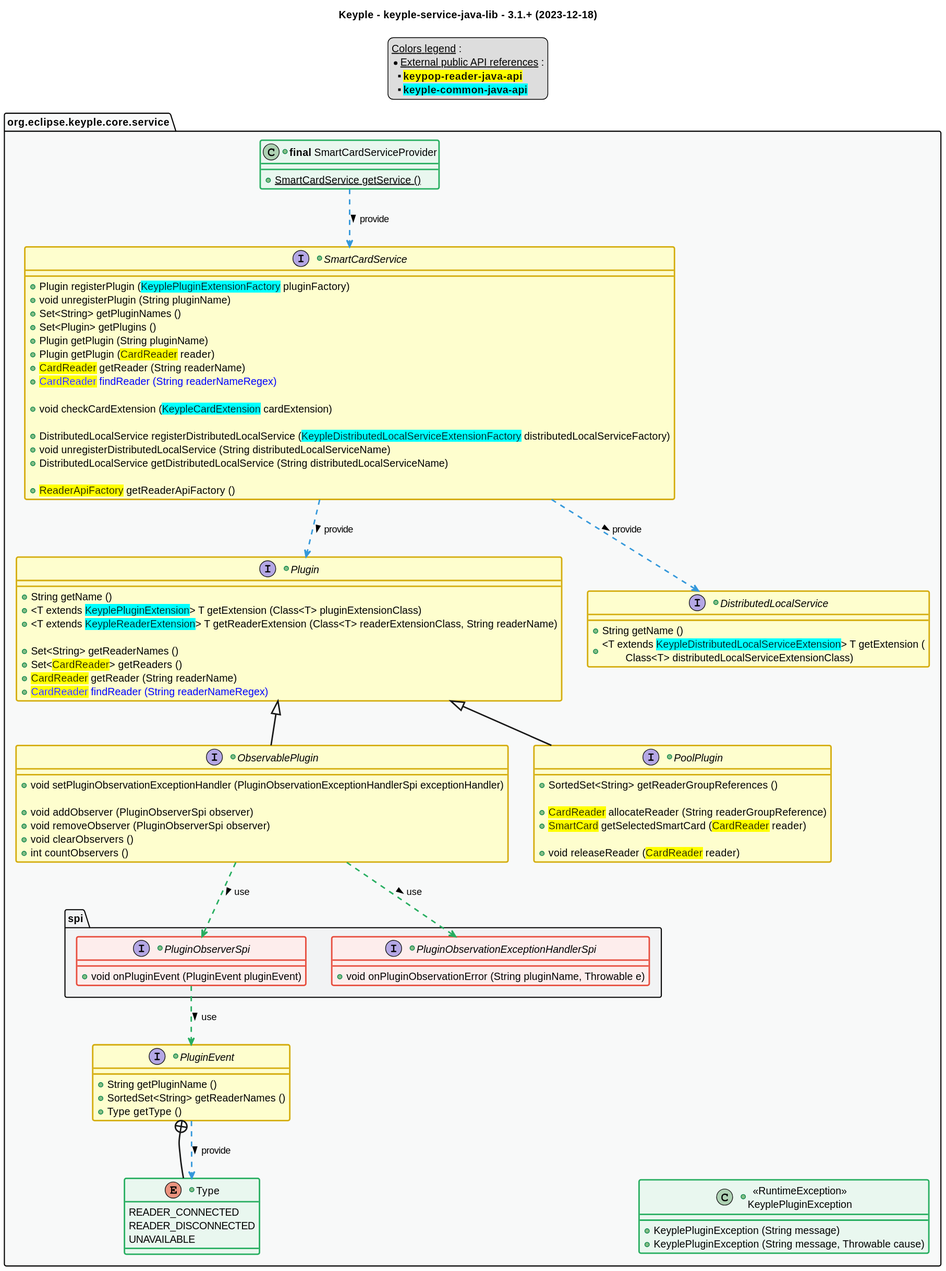
Before: src/main/uml/api_class_diagram.svg, a diagram exported from PlantUML (eclipse-keyple/keyple-service-java-lib).
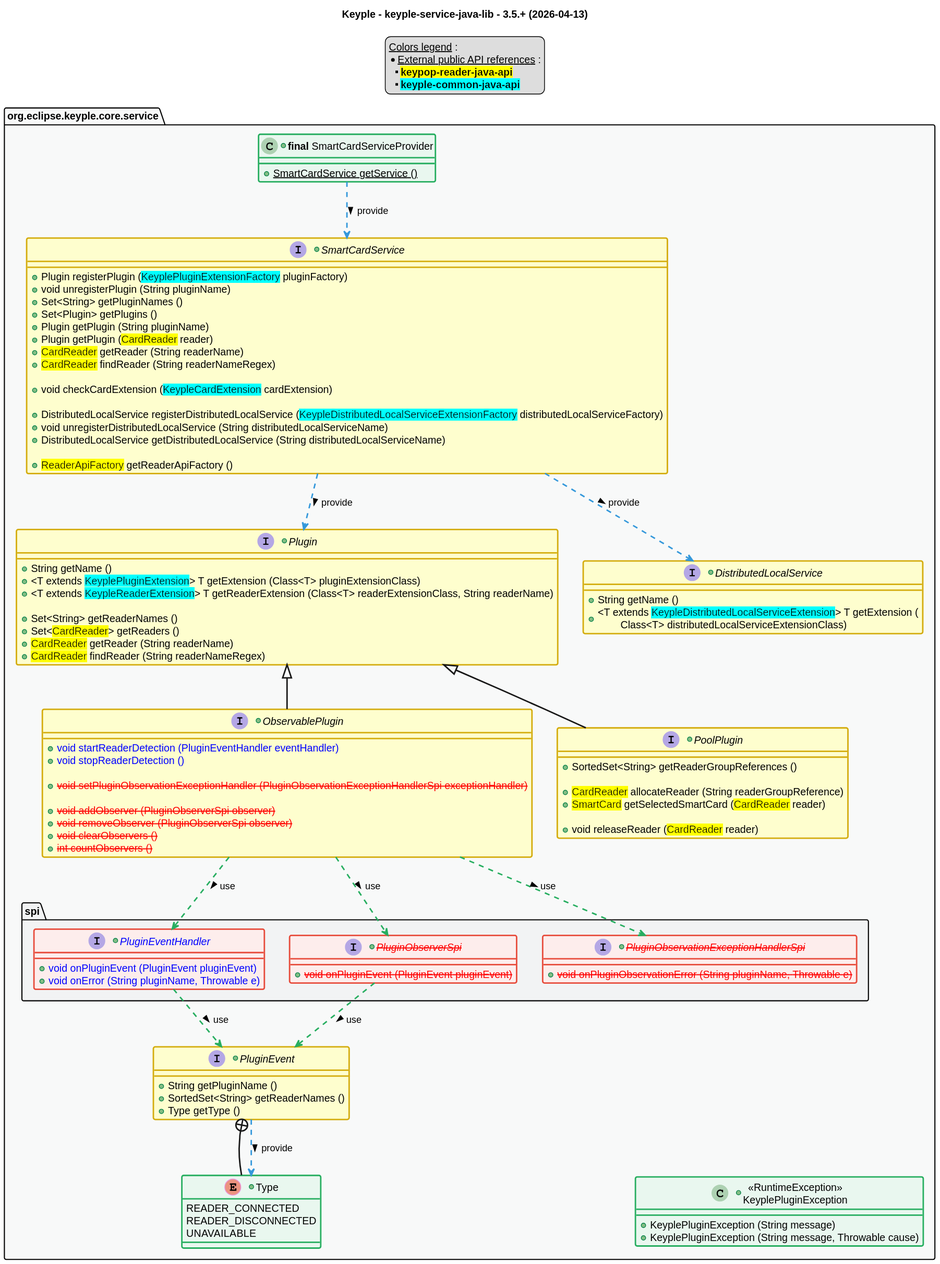
Above is the later version.

What changed in the source:
```diff
@@ -1,6 +1,6 @@
 @startuml
 title
-    Keyple - keyple-service-java-lib - 3.1.+ (2023-12-18)
+    Keyple - keyple-service-java-lib - 3.5.+ (2026-04-13)
 end title
 
 
@@ -59,7 +59,7 @@
         +Plugin getPlugin (String pluginName)
         +Plugin getPlugin (<back:yellow>CardReader</back> reader)
         +<back:yellow>CardReader</back> getReader (String readerName)
-        +<color:blue><back:yellow>CardReader</back> findReader (String readerNameRegex)
+        +<back:yellow>CardReader</back> findReader (String readerNameRegex)
 
         +void checkCardExtension (<back:cyan>KeypleCardExtension</back> cardExtension)
 
@@ -77,19 +77,22 @@
         +Set<String> getReaderNames ()
         +Set<<back:yellow>CardReader</back>> getReaders ()
         +<back:yellow>CardReader</back> getReader (String readerName)
-        +<color:blue><back:yellow>CardReader</back> findReader (String readerNameRegex)
+        +<back:yellow>CardReader</back> findReader (String readerNameRegex)
     }
     +interface DistributedLocalService {
         +String getName ()
         +<T extends <back:cyan>KeypleDistributedLocalServiceExtension</back>> T getExtension (\n\tClass<T> distributedLocalServiceExtensionClass)
     }
     +interface ObservablePlugin extends Plugin {
-        +void setPluginObservationExceptionHandler (PluginObservationExceptionHandlerSpi exceptionHandler)
+        +<color:blue>void startReaderDetection (PluginEventHandler eventHandler)
+        +<color:blue>void stopReaderDetection ()
 
-        +void addObserver (PluginObserverSpi observer)
-        +void removeObserver (PluginObserverSpi observer)
-        +void clearObservers ()
-        +int countObservers ()
+        +<color:red><s>void setPluginObservationExceptionHandler (PluginObservationExceptionHandlerSpi exceptionHandler)
+
+        +<color:red><s>void addObserver (PluginObserverSpi observer)
+        +<color:red><s>void removeObserver (PluginObserverSpi observer)
+        +<color:red><s>void clearObservers ()
+        +<color:red><s>int countObservers ()
     }
     +interface PoolPlugin extends Plugin {
         +SortedSet<String> getReaderGroupReferences ()
@@ -100,11 +103,15 @@
         +void releaseReader (<back:yellow>CardReader</back> reader)
     }
     package spi {
-        +interface PluginObserverSpi <<red>> {
-            +void onPluginEvent (PluginEvent pluginEvent)
+        +interface "<color:blue>PluginEventHandler" as PluginEventHandler <<red>> {
+            +<color:blue>void onPluginEvent (PluginEvent pluginEvent)
+            +<color:blue>void onError (String pluginName, Throwable e)
         }
-        +interface PluginObservationExceptionHandlerSpi <<red>> {
-            +void onPluginObservationError (String pluginName, Throwable e)
+        +interface "<color:red><s>PluginObserverSpi" as PluginObserverSpi <<red>> {
+            +<color:red><s>void onPluginEvent (PluginEvent pluginEvent)
+        }
+        +interface "<color:red><s>PluginObservationExceptionHandlerSpi" as PluginObservationExceptionHandlerSpi <<red>> {
+            +<color:red><s>void onPluginObservationError (String pluginName, Throwable e)
         }
     }
 
@@ -133,10 +140,13 @@
 PluginEvent +-- PluginEventType
 PluginEvent ..> PluginEventType #C_LINK : provide >
 
+ObservablePlugin ..> PluginEventHandler #C_USE : use >
 ObservablePlugin ..> PluginObserverSpi #C_USE : use >
 ObservablePlugin ..> PluginObservationExceptionHandlerSpi #C_USE : use >
 
 PluginObserverSpi ..> PluginEvent #C_USE : use >
+
+PluginEventHandler ..> PluginEvent #C_USE : use >
 
 
 DistributedLocalService -[hidden]---- KeyplePluginException
```
